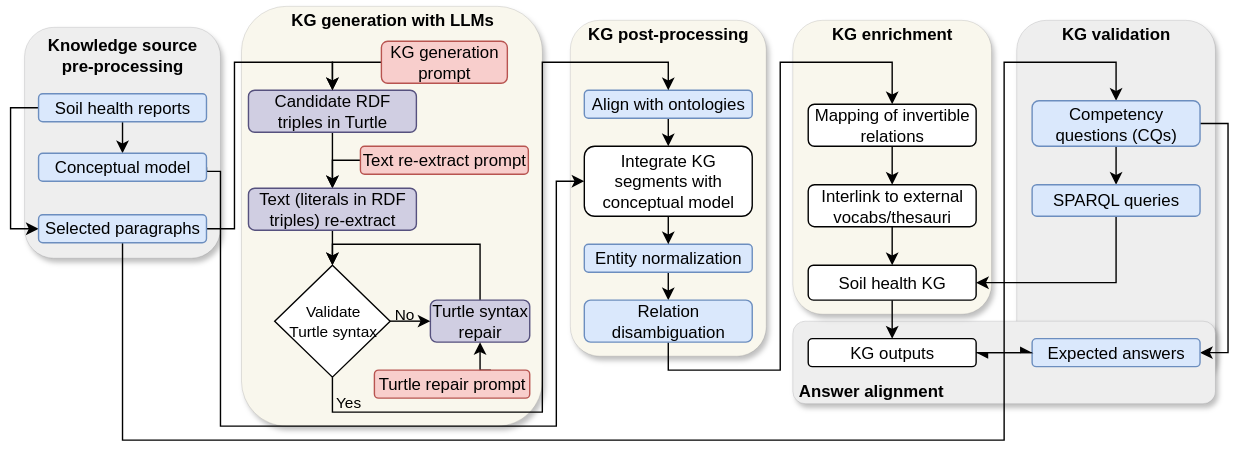
This is imgs/text2KG.svg from soilwise-he/soil-health-knowledge-graph, a draw.io export, as it was before one commit. Source tidied: cells renumbered, new cells last; positions are measured from the earlier drawing's top-left corner, leaving out a move shared by most shapes.
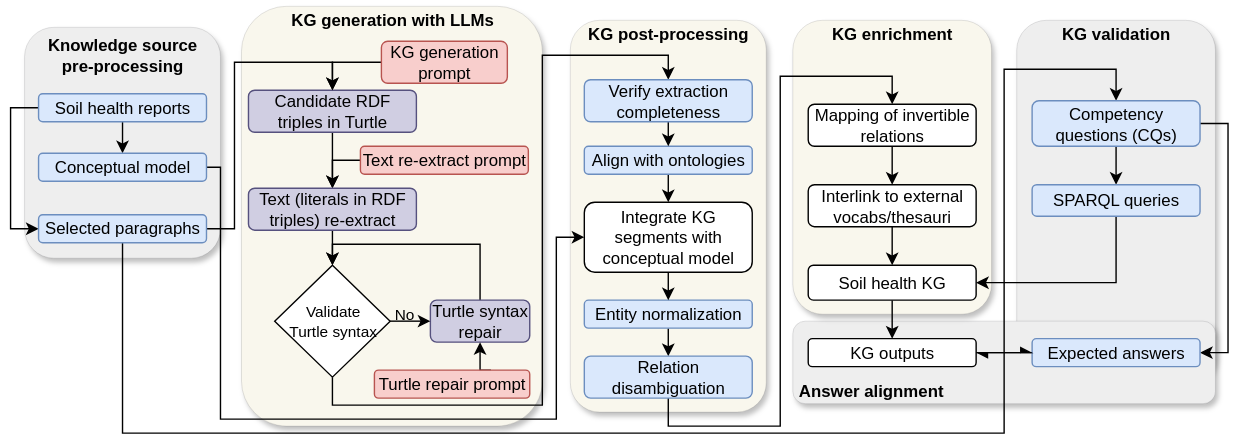
The same diagram one commit later.

What changed in the source:
```diff
@@ -5,14 +5,14 @@
     <mxCell id="2" style="rounded=1;whiteSpace=wrap;html=1;fillColor=#eeeeee;dashed=1;strokeColor=#36393d;spacing=2;dashPattern=1 4;strokeWidth=0;glass=0;shadow=1;" parent="1" vertex="1">
       <mxGeometry x="719" y="10" width="142" height="260" as="geometry" />
     </mxCell>
-    <mxCell id="3" style="rounded=1;whiteSpace=wrap;html=1;fillColor=#eeeeee;dashed=1;strokeColor=#36393d;spacing=2;dashPattern=1 4;strokeWidth=0;glass=0;shadow=1;" parent="1" vertex="1">
+    <mxCell id="3" style="rounded=1;whiteSpace=wrap;html=1;fillColor=#eeeeee;strokeColor=#36393d;spacing=2;strokeWidth=0;glass=0;shadow=1;dashed=1;dashPattern=1 4;" parent="1" vertex="1">
       <mxGeometry x="559" y="225" width="302" height="59" as="geometry" />
     </mxCell>
     <mxCell id="4" style="rounded=1;whiteSpace=wrap;html=1;fillColor=#f9f7ed;dashed=1;strokeColor=#36393d;spacing=2;dashPattern=1 4;strokeWidth=0;glass=0;shadow=1;" parent="1" vertex="1">
       <mxGeometry x="559" y="10" width="142" height="210" as="geometry" />
     </mxCell>
     <mxCell id="5" style="rounded=1;whiteSpace=wrap;html=1;fillColor=#f9f7ed;dashed=1;strokeColor=#36393d;spacing=2;glass=0;shadow=1;dashPattern=1 4;strokeWidth=0;" parent="1" vertex="1">
-      <mxGeometry x="400" y="10" width="140" height="240" as="geometry" />
+      <mxGeometry x="400" y="10" width="140" height="280" as="geometry" />
     </mxCell>
     <mxCell id="6" style="rounded=1;whiteSpace=wrap;html=1;fillColor=#f9f7ed;dashed=1;strokeColor=#36393d;spacing=2;shadow=1;glass=0;dashPattern=1 4;strokeWidth=0;" parent="1" vertex="1">
       <mxGeometry x="165" width="215" height="300" as="geometry" />
@@ -40,6 +40,16 @@
     <mxCell id="12" value="Candidate RDF triples in Turtle" style="rounded=1;whiteSpace=wrap;html=1;fillColor=#d0cee2;strokeColor=#56517e;spacing=2;" parent="1" vertex="1">
       <mxGeometry x="170" y="60" width="120" height="30" as="geometry" />
     </mxCell>
+    <mxCell id="62" style="edgeStyle=orthogonalEdgeStyle;rounded=0;jettySize=auto;html=1;exitX=0.5;exitY=1;exitDx=0;exitDy=0;entryX=0.5;entryY=0;entryDx=0;entryDy=0;" parent="1" edge="1" source="13" target="64">
+      <mxGeometry relative="1" as="geometry">
+        <Array as="points">
+          <mxPoint x="230" y="285" />
+          <mxPoint x="380" y="285" />
+          <mxPoint x="380" y="35" />
+          <mxPoint x="470" y="35" />
+        </Array>
+      </mxGeometry>
+    </mxCell>
     <mxCell id="13" value="&lt;div style=&quot;line-height: 110%;&quot;&gt;&lt;font style=&quot;font-size: 11px; line-height: 110%;&quot;&gt;Validate&lt;/font&gt;&lt;div&gt;&lt;font style=&quot;font-size: 11px; line-height: 110%;&quot;&gt;Turtle syntax&lt;/font&gt;&lt;/div&gt;&lt;/div&gt;" style="rhombus;whiteSpace=wrap;html=1;spacing=2;" parent="1" vertex="1">
       <mxGeometry x="188.8" y="185" width="82.5" height="80" as="geometry" />
     </mxCell>
@@ -64,7 +74,7 @@
       <mxGeometry relative="1" as="geometry" />
     </mxCell>
     <mxCell id="19" value="Align with ontologies" style="rounded=1;whiteSpace=wrap;html=1;fillColor=#dae8fc;strokeColor=#6c8ebf;spacing=2;" parent="1" vertex="1">
-      <mxGeometry x="410" y="60" width="120" height="20" as="geometry" />
+      <mxGeometry x="410" y="100" width="120" height="20" as="geometry" />
     </mxCell>
     <mxCell id="20" style="edgeStyle=orthogonalEdgeStyle;rounded=0;jettySize=auto;html=1;exitX=0.5;exitY=1;exitDx=0;exitDy=0;entryX=0.5;entryY=0;entryDx=0;entryDy=0;spacing=2;" parent="1" edge="1" source="21" target="23">
       <mxGeometry relative="1" as="geometry" />
@@ -96,10 +106,10 @@
     <mxCell id="27" style="edgeStyle=orthogonalEdgeStyle;rounded=0;jettySize=auto;html=1;exitX=0.5;exitY=1;exitDx=0;exitDy=0;entryX=0.5;entryY=0;entryDx=0;entryDy=0;spacing=2;" parent="1" edge="1" source="28" target="51">
       <mxGeometry relative="1" as="geometry">
         <Array as="points">
-          <mxPoint x="80" y="310" />
-          <mxPoint x="710" y="310" />
-          <mxPoint x="710" y="40" />
-          <mxPoint x="790" y="40" />
+          <mxPoint x="80" y="305" />
+          <mxPoint x="710" y="305" />
+          <mxPoint x="710" y="45" />
+          <mxPoint x="790" y="45" />
         </Array>
       </mxGeometry>
     </mxCell>
@@ -116,20 +126,13 @@
       <mxGeometry relative="1" as="geometry" />
     </mxCell>
     <mxCell id="32" value="Entity normalization" style="rounded=1;whiteSpace=wrap;html=1;fillColor=#dae8fc;strokeColor=#6c8ebf;spacing=2;" parent="1" vertex="1">
-      <mxGeometry x="410" y="170" width="120" height="20" as="geometry" />
+      <mxGeometry x="410" y="210" width="120" height="20" as="geometry" />
     </mxCell>
-    <mxCell id="33" style="edgeStyle=orthogonalEdgeStyle;rounded=0;jettySize=auto;html=1;exitX=0.5;exitY=1;exitDx=0;exitDy=0;entryX=0.5;entryY=0;entryDx=0;entryDy=0;spacing=2;" parent="1" edge="1" source="34" target="21">
-      <mxGeometry relative="1" as="geometry">
-        <Array as="points">
-          <mxPoint x="470" y="260" />
-          <mxPoint x="550" y="260" />
-          <mxPoint x="550" y="40" />
-          <mxPoint x="630" y="40" />
-        </Array>
-      </mxGeometry>
+    <mxCell id="33" style="edgeStyle=orthogonalEdgeStyle;rounded=0;jettySize=auto;html=1;exitX=0.5;exitY=1;exitDx=0;exitDy=0;entryX=0.5;entryY=0;entryDx=0;entryDy=0;" parent="1" edge="1" source="34" target="21">
+      <mxGeometry relative="1" as="geometry" />
     </mxCell>
     <mxCell id="34" value="Relation disambiguation" style="rounded=1;whiteSpace=wrap;html=1;fillColor=#dae8fc;strokeColor=#6c8ebf;spacing=2;" parent="1" vertex="1">
-      <mxGeometry x="410" y="210" width="120" height="30" as="geometry" />
+      <mxGeometry x="410" y="250" width="120" height="30" as="geometry" />
     </mxCell>
     <mxCell id="35" value="&lt;b&gt;Knowledge source pre-processing&lt;/b&gt;" style="text;html=1;align=center;verticalAlign=middle;whiteSpace=wrap;rounded=0;spacing=2;" parent="1" vertex="1">
       <mxGeometry x="20" y="25" width="120" height="20" as="geometry" />
@@ -147,7 +150,7 @@
       <mxGeometry relative="1" as="geometry" />
     </mxCell>
     <mxCell id="40" value="Integrate KG segments with conceptual model" style="rounded=1;whiteSpace=wrap;html=1;spacing=2;" parent="1" vertex="1">
-      <mxGeometry x="410" y="100" width="120" height="50" as="geometry" />
+      <mxGeometry x="410" y="140" width="120" height="50" as="geometry" />
     </mxCell>
     <mxCell id="41" style="endArrow=classic;html=1;rounded=0;exitX=1;exitY=0.5;exitDx=0;exitDy=0;entryX=0;entryY=0.5;entryDx=0;entryDy=0;spacing=2;" parent="1" edge="1" source="13" target="17">
       <mxGeometry relative="1" as="geometry" />
@@ -157,21 +160,6 @@
         <mxPoint x="-5" y="-6" as="offset" />
       </mxGeometry>
     </mxCell>
-    <mxCell id="43" style="endArrow=classic;html=1;rounded=0;exitX=0.5;exitY=1;exitDx=0;exitDy=0;entryX=0.5;entryY=0;entryDx=0;entryDy=0;edgeStyle=orthogonalEdgeStyle;spacing=2;" parent="1" edge="1" source="13" target="19">
-      <mxGeometry relative="1" as="geometry">
-        <Array as="points">
-          <mxPoint x="230" y="290" />
-          <mxPoint x="380" y="290" />
-          <mxPoint x="380" y="40" />
-          <mxPoint x="470" y="40" />
-        </Array>
-      </mxGeometry>
-    </mxCell>
-    <mxCell id="44" value="Yes" style="edgeLabel;html=1;align=center;verticalAlign=middle;labelBackgroundColor=none;spacing=2;" parent="43" vertex="1">
-      <mxGeometry relative="1" as="geometry">
-        <mxPoint x="-140" y="85" as="offset" />
-      </mxGeometry>
-    </mxCell>
     <mxCell id="45" style="edgeStyle=orthogonalEdgeStyle;rounded=0;jettySize=auto;html=1;exitX=0;exitY=0.5;exitDx=0;exitDy=0;entryX=0.5;entryY=0;entryDx=0;entryDy=0;spacing=2;" parent="1" edge="1" source="46" target="12">
       <mxGeometry relative="1" as="geometry" />
     </mxCell>
@@ -217,18 +205,24 @@
     <mxCell id="59" value="&lt;b&gt;KG validation&lt;/b&gt;" style="text;html=1;align=center;verticalAlign=middle;whiteSpace=wrap;rounded=0;spacing=2;" parent="1" vertex="1">
       <mxGeometry x="730" y="10" width="120" height="20" as="geometry" />
     </mxCell>
-    <mxCell id="60" style="edgeStyle=orthogonalEdgeStyle;rounded=0;jettySize=auto;html=1;exitX=1;exitY=0.5;exitDx=0;exitDy=0;entryX=0;entryY=0.5;entryDx=0;entryDy=0;spacing=2;strokeWidth=1;" parent="1" edge="1" source="61" target="40">
+    <mxCell id="60" style="edgeStyle=orthogonalEdgeStyle;rounded=0;jettySize=auto;html=1;exitX=1;exitY=0.5;exitDx=0;exitDy=0;entryX=0;entryY=0.5;entryDx=0;entryDy=0;" parent="1" edge="1" source="61" target="40">
       <mxGeometry relative="1" as="geometry">
         <Array as="points">
-          <mxPoint x="150" y="118" />
-          <mxPoint x="150" y="300" />
-          <mxPoint x="390" y="300" />
-          <mxPoint x="390" y="125" />
+          <mxPoint x="150" y="115" />
+          <mxPoint x="150" y="295" />
+          <mxPoint x="390" y="295" />
+          <mxPoint x="390" y="165" />
         </Array>
       </mxGeometry>
     </mxCell>
     <mxCell id="61" value="Conceptual model" style="rounded=1;whiteSpace=wrap;html=1;fillColor=#dae8fc;strokeColor=#6c8ebf;spacing=2;" parent="1" vertex="1">
       <mxGeometry x="20" y="105" width="120" height="20" as="geometry" />
     </mxCell>
+    <mxCell id="63" style="edgeStyle=orthogonalEdgeStyle;rounded=0;jettySize=auto;html=1;exitX=0.5;exitY=1;exitDx=0;exitDy=0;entryX=0.5;entryY=0;entryDx=0;entryDy=0;" parent="1" edge="1" source="64" target="19">
+      <mxGeometry relative="1" as="geometry" />
+    </mxCell>
+    <mxCell id="64" value="Verify extraction completeness" style="rounded=1;whiteSpace=wrap;html=1;fillColor=#dae8fc;strokeColor=#6c8ebf;spacing=2;" parent="1" vertex="1">
+      <mxGeometry x="410" y="52.5" width="120" height="30" as="geometry" />
+    </mxCell>
   </root>
 </mxGraphModel>
```
